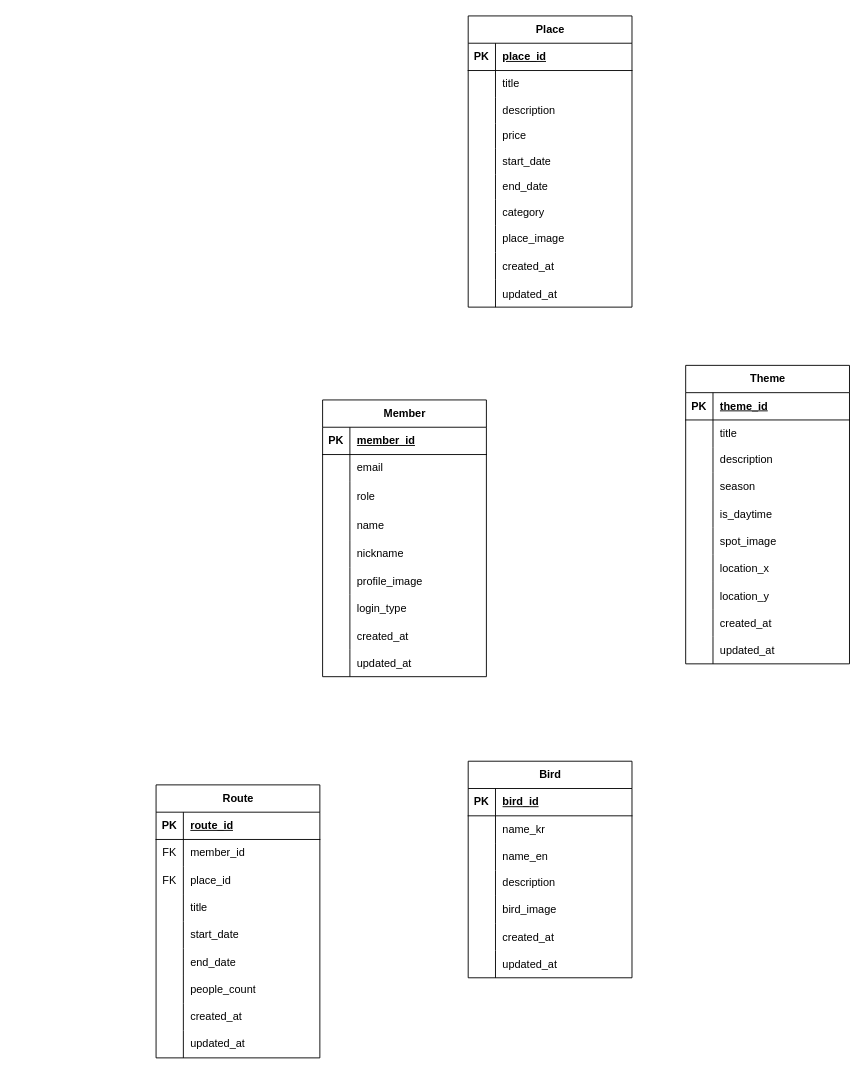
2025-Tourism-Data-Utilization-Contest/ERD keeps this draw.io diagram as ShowingERD.drawio. Above is the earlier version. Source tidied: cells renumbered, new cells numbered last; positions are measured from the earlier drawing's top-left corner, leaving out a move shared by most shapes. Both pictures are drawn from the tidied source at 91%, with x=0, y=0 at pixel (156, 15).
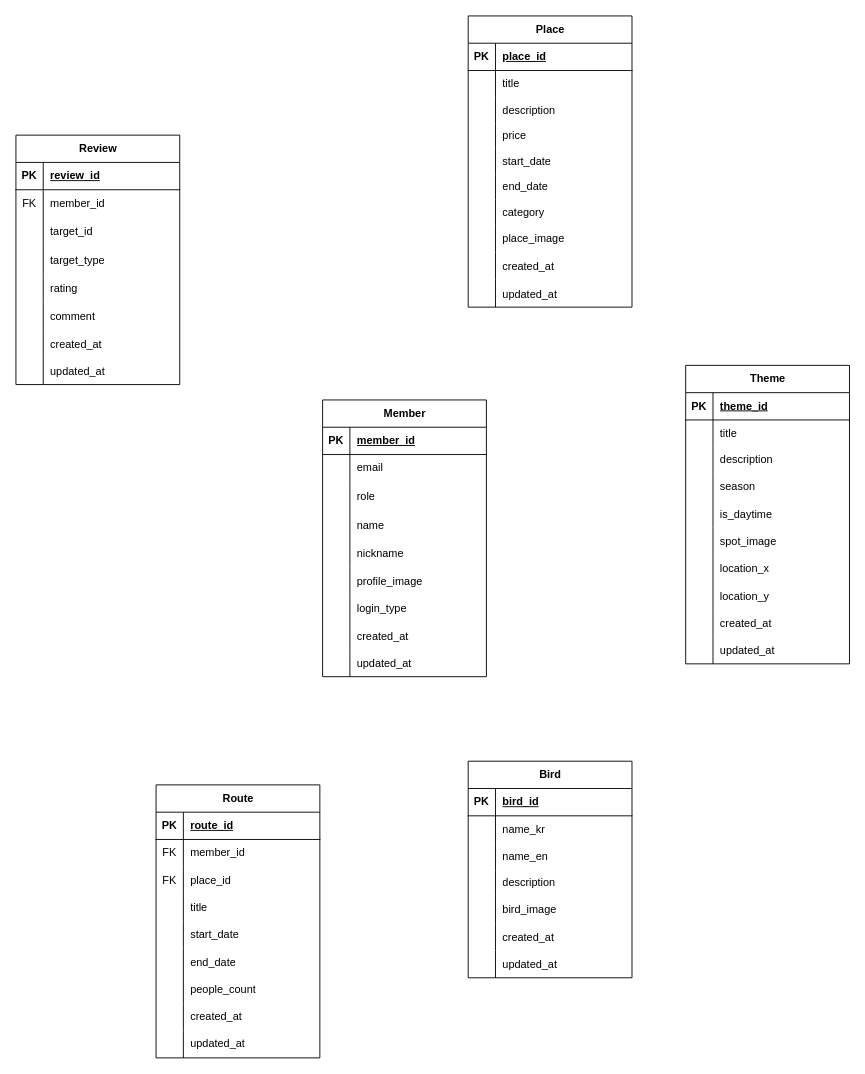
The same diagram, later.

Commit message:
docs: 리뷰(Review) 테이블 추가

The edit, as a diff of the source:
```diff
@@
+    <mxCell id="142" value="Review" style="shape=table;startSize=30;childLayout=tableLayout;rowLines=0;fontStyle=1;align=center;html=1;" parent="1" vertex="1">
+      <mxGeometry x="-154" y="131" width="180" height="274.1" as="geometry" />
+    </mxCell>
+    <mxCell id="143" style="shape=tableRow;horizontal=0;startSize=0;swimlaneHead=0;swimlaneBody=0;fillColor=none;top=0;left=0;right=0;bottom=1;" parent="142" vertex="1">
+      <mxGeometry y="30" width="180" height="30" as="geometry" />
+    </mxCell>
+    <mxCell id="144" value="PK" style="shape=partialRectangle;fillColor=none;top=0;left=0;bottom=0;right=0;fontStyle=1;overflow=hidden;whiteSpace=wrap;html=1;" parent="143" vertex="1">
+      <mxGeometry width="30" height="30" as="geometry" />
+    </mxCell>
+    <mxCell id="145" value="review_id" style="shape=partialRectangle;fillColor=none;top=0;left=0;bottom=0;right=0;align=left;spacingLeft=6;fontStyle=5;overflow=hidden;whiteSpace=wrap;html=1;" parent="143" vertex="1">
+      <mxGeometry x="30" width="150" height="30" as="geometry" />
+    </mxCell>
+    <mxCell id="146" style="shape=tableRow;horizontal=0;startSize=0;swimlaneHead=0;swimlaneBody=0;fillColor=none;top=0;left=0;right=0;bottom=0;" parent="142" vertex="1">
+      <mxGeometry y="60" width="180" height="30" as="geometry" />
+    </mxCell>
+    <mxCell id="147" value="FK" style="shape=partialRectangle;fillColor=none;top=0;left=0;bottom=0;right=0;overflow=hidden;whiteSpace=wrap;html=1;" parent="146" vertex="1">
+      <mxGeometry width="30" height="30" as="geometry" />
+    </mxCell>
+    <mxCell id="148" value="member_id" style="shape=partialRectangle;fillColor=none;top=0;left=0;bottom=0;right=0;align=left;spacingLeft=6;overflow=hidden;whiteSpace=wrap;html=1;" parent="146" vertex="1">
+      <mxGeometry x="30" width="150" height="30" as="geometry" />
+    </mxCell>
+    <mxCell id="149" style="shape=tableRow;horizontal=0;startSize=0;swimlaneHead=0;swimlaneBody=0;fillColor=none;top=0;left=0;right=0;bottom=0;" parent="142" vertex="1">
+      <mxGeometry y="90" width="180" height="32" as="geometry" />
+    </mxCell>
+    <mxCell id="150" style="shape=partialRectangle;fillColor=none;top=0;left=0;bottom=0;right=0;overflow=hidden;whiteSpace=wrap;html=1;" parent="149" vertex="1">
+      <mxGeometry width="30" height="32" as="geometry" />
+    </mxCell>
+    <mxCell id="151" value="target_id" style="shape=partialRectangle;fillColor=none;top=0;left=0;bottom=0;right=0;align=left;spacingLeft=6;overflow=hidden;whiteSpace=wrap;html=1;" parent="149" vertex="1">
+      <mxGeometry x="30" width="150" height="32" as="geometry" />
+    </mxCell>
+    <mxCell id="152" style="shape=tableRow;horizontal=0;startSize=0;swimlaneHead=0;swimlaneBody=0;fillColor=none;top=0;left=0;right=0;bottom=0;" parent="142" vertex="1">
+      <mxGeometry y="122" width="180" height="32" as="geometry" />
+    </mxCell>
+    <mxCell id="153" style="shape=partialRectangle;fillColor=none;top=0;left=0;bottom=0;right=0;overflow=hidden;whiteSpace=wrap;html=1;" parent="152" vertex="1">
+      <mxGeometry width="30" height="32" as="geometry" />
+    </mxCell>
+    <mxCell id="154" value="target_type" style="shape=partialRectangle;fillColor=none;top=0;left=0;bottom=0;right=0;align=left;spacingLeft=6;overflow=hidden;whiteSpace=wrap;html=1;" parent="152" vertex="1">
+      <mxGeometry x="30" width="150" height="32" as="geometry" />
+    </mxCell>
+    <mxCell id="155" style="shape=tableRow;horizontal=0;startSize=0;swimlaneHead=0;swimlaneBody=0;fillColor=none;top=0;left=0;right=0;bottom=0;" parent="142" vertex="1">
+      <mxGeometry y="154" width="180" height="30" as="geometry" />
+    </mxCell>
+    <mxCell id="156" style="shape=partialRectangle;fillColor=none;top=0;left=0;bottom=0;right=0;overflow=hidden;whiteSpace=wrap;html=1;" parent="155" vertex="1">
+      <mxGeometry width="30" height="30" as="geometry" />
+    </mxCell>
+    <mxCell id="157" value="rating" style="shape=partialRectangle;fillColor=none;top=0;left=0;bottom=0;right=0;align=left;spacingLeft=6;overflow=hidden;whiteSpace=wrap;html=1;" parent="155" vertex="1">
+      <mxGeometry x="30" width="150" height="30" as="geometry" />
+    </mxCell>
+    <mxCell id="158" style="shape=tableRow;horizontal=0;startSize=0;swimlaneHead=0;swimlaneBody=0;fillColor=none;top=0;left=0;right=0;bottom=0;" parent="142" vertex="1">
+      <mxGeometry y="184" width="180" height="30" as="geometry" />
+    </mxCell>
+    <mxCell id="159" style="shape=partialRectangle;fillColor=none;top=0;left=0;bottom=0;right=0;overflow=hidden;" parent="158" vertex="1">
+      <mxGeometry width="30" height="30" as="geometry" />
+    </mxCell>
+    <mxCell id="160" value="comment" style="shape=partialRectangle;fillColor=none;top=0;left=0;bottom=0;right=0;align=left;spacingLeft=6;overflow=hidden;" parent="158" vertex="1">
+      <mxGeometry x="30" width="150" height="30" as="geometry" />
+    </mxCell>
+    <mxCell id="161" style="shape=tableRow;horizontal=0;startSize=0;swimlaneHead=0;swimlaneBody=0;fillColor=none;top=0;left=0;right=0;bottom=0;" parent="142" vertex="1">
+      <mxGeometry y="214" width="180" height="30" as="geometry" />
+    </mxCell>
+    <mxCell id="162" style="shape=partialRectangle;fillColor=none;top=0;left=0;bottom=0;right=0;overflow=hidden;" parent="161" vertex="1">
+      <mxGeometry width="30" height="30" as="geometry" />
+    </mxCell>
+    <mxCell id="163" value="created_at" style="shape=partialRectangle;fillColor=none;top=0;left=0;bottom=0;right=0;align=left;spacingLeft=6;overflow=hidden;" parent="161" vertex="1">
+      <mxGeometry x="30" width="150" height="30" as="geometry" />
+    </mxCell>
+    <mxCell id="164" style="shape=tableRow;horizontal=0;startSize=0;swimlaneHead=0;swimlaneBody=0;fillColor=none;top=0;left=0;right=0;bottom=0;" parent="142" vertex="1">
+      <mxGeometry y="244" width="180" height="30" as="geometry" />
+    </mxCell>
+    <mxCell id="165" style="shape=partialRectangle;fillColor=none;top=0;left=0;bottom=0;right=0;overflow=hidden;" parent="164" vertex="1">
+      <mxGeometry width="30" height="30" as="geometry" />
+    </mxCell>
+    <mxCell id="166" value="updated_at" style="shape=partialRectangle;fillColor=none;top=0;left=0;bottom=0;right=0;align=left;spacingLeft=6;overflow=hidden;" parent="164" vertex="1">
+      <mxGeometry x="30" width="150" height="30" as="geometry" />
+    </mxCell>
```
